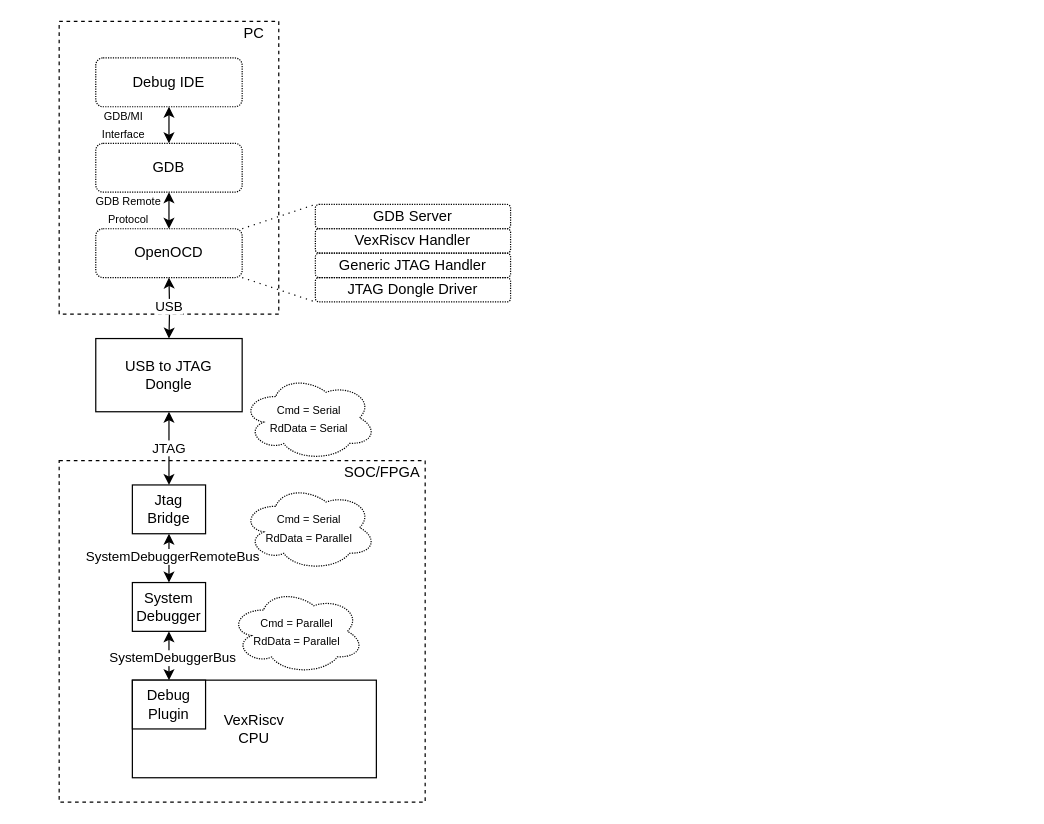
Above: page "ide_to_cpu_data_flow" (2 of 5) of assets/gdbwave/gdbwave.drawio in tomverbeure/tomverbeure.github.io (draw.io), before the change. Source tidied: cells renumbered, new cells numbered last; positions are measured from the earlier drawing's top-left corner, leaving out a move shared by most shapes. Both pictures are drawn from the tidied source at 122%, with x=0, y=0 at pixel (59, 21).
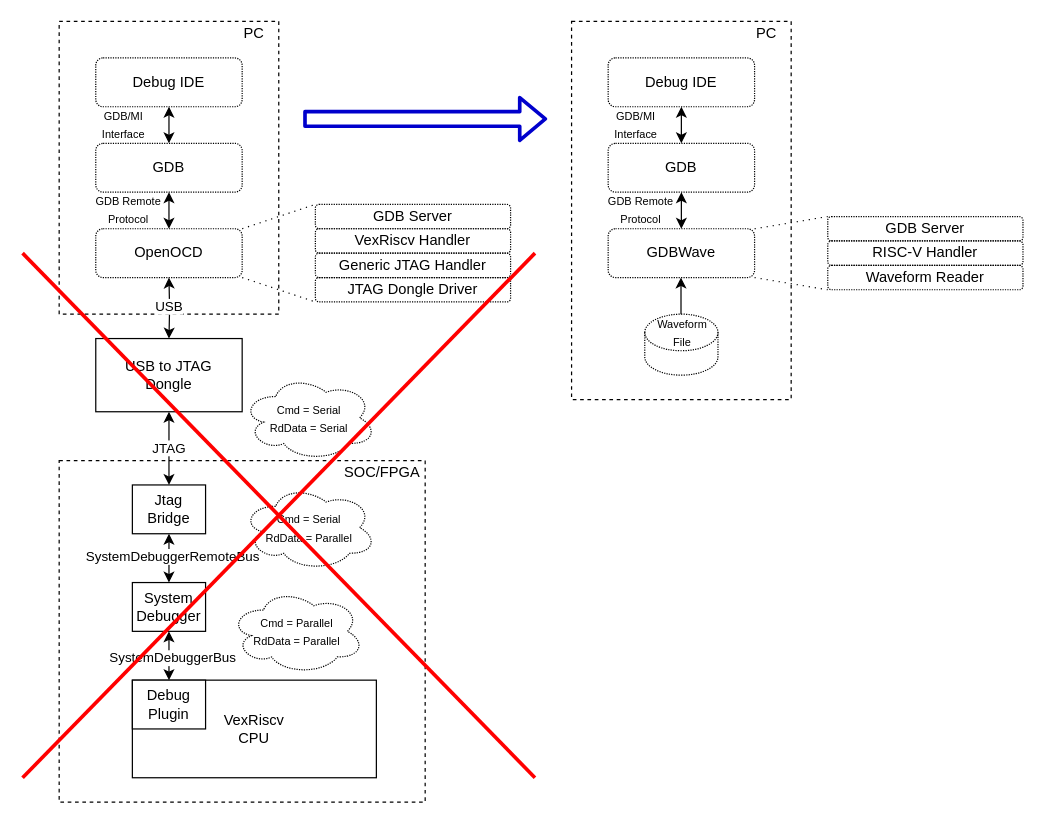
The same diagram, later.

Commit message (it also covers changes not shown here):
How to create a GDB server.

What changed in the source:
```diff
@@
+    <mxCell id="34" style="endArrow=none;html=1;strokeWidth=3;strokeColor=#FF0000;" parent="1" edge="1">
+      <mxGeometry relative="1" as="geometry">
+        <mxPoint x="390" y="620" as="sourcePoint" />
+        <mxPoint x="-30" y="190" as="targetPoint" />
+      </mxGeometry>
+    </mxCell>
+    <mxCell id="35" style="endArrow=none;html=1;strokeWidth=3;strokeColor=#FF0000;" parent="1" edge="1">
+      <mxGeometry relative="1" as="geometry">
+        <mxPoint x="-30" y="620" as="sourcePoint" />
+        <mxPoint x="390" y="190" as="targetPoint" />
+      </mxGeometry>
+    </mxCell>
+    <mxCell id="36" style="rounded=0;whiteSpace=wrap;html=1;fillColor=none;dashed=1;" parent="1" vertex="1">
+      <mxGeometry x="420" width="180" height="310" as="geometry" />
+    </mxCell>
+    <mxCell id="37" value="GDBWave" style="rounded=1;whiteSpace=wrap;html=1;fillColor=none;dashed=1;dashPattern=1 1;" parent="1" vertex="1">
+      <mxGeometry x="450" y="170" width="120" height="40" as="geometry" />
+    </mxCell>
+    <mxCell id="38" value="GDB" style="rounded=1;whiteSpace=wrap;html=1;fillColor=none;dashed=1;dashPattern=1 1;" parent="1" vertex="1">
+      <mxGeometry x="450" y="100" width="120" height="40" as="geometry" />
+    </mxCell>
+    <mxCell id="39" value="Debug IDE" style="rounded=1;whiteSpace=wrap;html=1;fillColor=none;dashed=1;dashPattern=1 1;" parent="1" vertex="1">
+      <mxGeometry x="450" y="30" width="120" height="40" as="geometry" />
+    </mxCell>
+    <mxCell id="40" style="endArrow=classic;startArrow=classic;html=1;entryX=0.5;entryY=1;entryDx=0;entryDy=0;exitX=0.5;exitY=0;exitDx=0;exitDy=0;" parent="1" edge="1" source="38" target="39">
+      <mxGeometry relative="1" as="geometry" />
+    </mxCell>
+    <mxCell id="41" style="endArrow=classic;startArrow=classic;html=1;entryX=0.5;entryY=1;entryDx=0;entryDy=0;exitX=0.5;exitY=0;exitDx=0;exitDy=0;" parent="1" edge="1" source="37" target="38">
+      <mxGeometry relative="1" as="geometry" />
+    </mxCell>
+    <mxCell id="42" value="PC" style="text;html=1;strokeColor=none;fillColor=none;align=center;verticalAlign=middle;whiteSpace=wrap;rounded=0;dashed=1;" parent="1" vertex="1">
+      <mxGeometry x="560" width="40" height="20" as="geometry" />
+    </mxCell>
+    <mxCell id="43" value="GDB Server" style="rounded=1;whiteSpace=wrap;html=1;dashed=1;dashPattern=1 1;fillColor=none;" parent="1" vertex="1">
+      <mxGeometry x="630" y="160" width="160" height="20" as="geometry" />
+    </mxCell>
+    <mxCell id="44" value="RISC-V Handler" style="rounded=1;whiteSpace=wrap;html=1;dashed=1;dashPattern=1 1;fillColor=none;" parent="1" vertex="1">
+      <mxGeometry x="630" y="180" width="160" height="20" as="geometry" />
+    </mxCell>
+    <mxCell id="45" style="endArrow=none;dashed=1;html=1;exitX=1;exitY=0;exitDx=0;exitDy=0;dashPattern=1 4;" parent="1" edge="1" source="37">
+      <mxGeometry relative="1" as="geometry">
+        <mxPoint x="630" y="160" as="targetPoint" />
+      </mxGeometry>
+    </mxCell>
+    <mxCell id="46" style="endArrow=none;dashed=1;html=1;exitX=1;exitY=1;exitDx=0;exitDy=0;dashPattern=1 4;" parent="1" edge="1" source="37">
+      <mxGeometry relative="1" as="geometry">
+        <mxPoint x="630" y="220" as="targetPoint" />
+      </mxGeometry>
+    </mxCell>
+    <mxCell id="47" value="&lt;font style=&quot;font-size: 9px&quot;&gt;GDB Remote Protocol&lt;/font&gt;" style="text;html=1;strokeColor=none;fillColor=none;align=center;verticalAlign=middle;whiteSpace=wrap;rounded=0;dashed=1;dashPattern=1 1;" parent="1" vertex="1">
+      <mxGeometry x="432" y="144" width="90" height="20" as="geometry" />
+    </mxCell>
+    <mxCell id="48" value="&lt;font style=&quot;font-size: 9px&quot;&gt;GDB/MI&lt;br&gt;Interface&lt;br&gt;&lt;/font&gt;" style="text;html=1;strokeColor=none;fillColor=none;align=center;verticalAlign=middle;whiteSpace=wrap;rounded=0;dashed=1;dashPattern=1 1;" parent="1" vertex="1">
+      <mxGeometry x="428" y="74" width="90" height="20" as="geometry" />
+    </mxCell>
+    <mxCell id="49" style="shape=flexArrow;endArrow=classic;html=1;strokeWidth=3;strokeColor=#0000CC;" parent="1" edge="1">
+      <mxGeometry relative="1" as="geometry">
+        <mxPoint x="200" y="80" as="sourcePoint" />
+        <mxPoint x="400" y="80" as="targetPoint" />
+      </mxGeometry>
+    </mxCell>
+    <mxCell id="50" style="shape=cylinder3;whiteSpace=wrap;html=1;boundedLbl=1;backgroundOutline=1;size=15;dashed=1;dashPattern=1 1;" parent="1" vertex="1">
+      <mxGeometry x="480" y="240" width="60" height="50" as="geometry" />
+    </mxCell>
+    <mxCell id="51" style="endArrow=classic;startArrow=none;html=1;entryX=0.5;entryY=1;entryDx=0;entryDy=0;exitX=0.5;exitY=0;exitDx=0;exitDy=0;startFill=0;" parent="1" edge="1">
+      <mxGeometry relative="1" as="geometry">
+        <mxPoint x="509.7" y="240" as="sourcePoint" />
+        <mxPoint x="509.7" y="210" as="targetPoint" />
+      </mxGeometry>
+    </mxCell>
+    <mxCell id="52" value="&lt;font style=&quot;font-size: 9px&quot;&gt;Waveform&lt;br&gt;File&lt;br&gt;&lt;/font&gt;" style="text;html=1;strokeColor=none;fillColor=none;align=center;verticalAlign=middle;whiteSpace=wrap;rounded=0;dashed=1;dashPattern=1 1;" parent="1" vertex="1">
+      <mxGeometry x="466" y="245" width="90" height="20" as="geometry" />
+    </mxCell>
+    <mxCell id="53" value="Waveform Reader" style="rounded=1;whiteSpace=wrap;html=1;dashed=1;dashPattern=1 1;fillColor=none;" parent="1" vertex="1">
+      <mxGeometry x="630" y="200" width="160" height="20" as="geometry" />
+    </mxCell>
```
